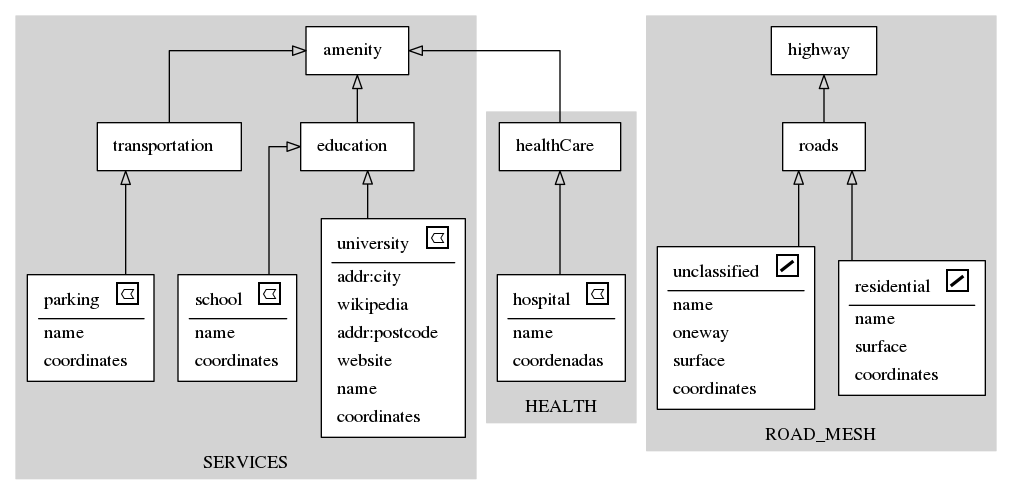
Above: schema.gv.png in vinisperandio/OSM2Diagram_optmizated (Graphviz), before the change. Its source is kept beside it as schema.gv.
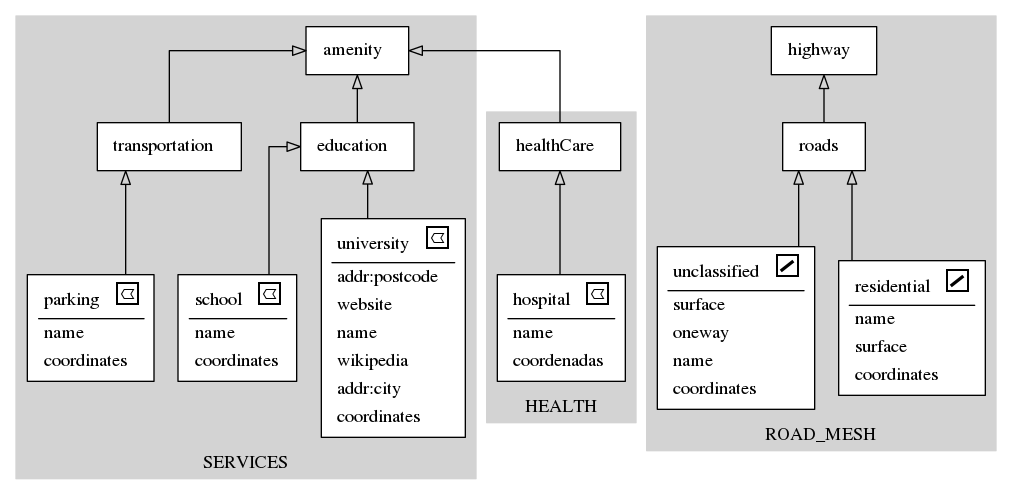
Above is the later version.

Commit message:
* Etapa 1 completa (Modelagem) * armazenamento dos Nodes incompletos

What changed in the source:
```diff
@@ -12,12 +12,6 @@
 			</TR>
 			<hr/>
 			<TR>
-				<TD align="left">addr:city</TD>
-			 </TR>
-			<TR>
-				<TD align="left">wikipedia</TD>
-			 </TR>
-			<TR>
 				<TD align="left">addr:postcode</TD>
 			 </TR>
 			<TR>
@@ -25,6 +19,12 @@
 			 </TR>
 			<TR>
 				<TD align="left">name</TD>
+			 </TR>
+			<TR>
+				<TD align="left">wikipedia</TD>
+			 </TR>
+			<TR>
+				<TD align="left">addr:city</TD>
 			 </TR>
 			<TR>
 				<TD align="left">coordinates</TD>
@@ -137,13 +137,13 @@
 			</TR>
 			<hr/>
 			<TR>
-				<TD align="left">name</TD>
+				<TD align="left">surface</TD>
 			 </TR>
 			<TR>
 				<TD align="left">oneway</TD>
 			 </TR>
 			<TR>
-				<TD align="left">surface</TD>
+				<TD align="left">name</TD>
 			 </TR>
 			<TR>
 				<TD align="left">coordinates</TD>
@@ -156,15 +156,15 @@
 			</TR>
 			</TABLE>>]
 	}
+		11 -> 9[arrowhead=onormal]
 		5 -> 1[arrowhead=onormal]
-		11 -> 9[arrowhead=onormal]
 		3 -> 5[arrowhead=onormal]
+		4 -> 1[arrowhead=onormal]
+		7 -> 1[arrowhead=onormal]
+		0 -> 4[arrowhead=onormal]
+		6 -> 7[arrowhead=onormal]
 		8 -> 11[arrowhead=onormal]
-		6 -> 7[arrowhead=onormal]
-		7 -> 1[arrowhead=onormal]
-		4 -> 1[arrowhead=onormal]
 		2 -> 4[arrowhead=onormal]
-		0 -> 4[arrowhead=onormal]
 		10 -> 11[arrowhead=onormal]
 	rankdir=BT
 	splines=ortho
```
